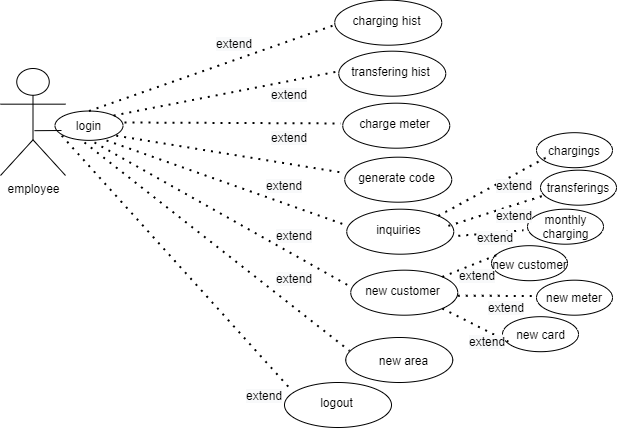
The draw.io diagram Untitled Diagram.png in shamaabuhassan/Charts, before a commit. Source tidied: cells renumbered, new cells last; positions are measured from the earlier drawing's top-left corner, leaving out a move shared by most shapes.
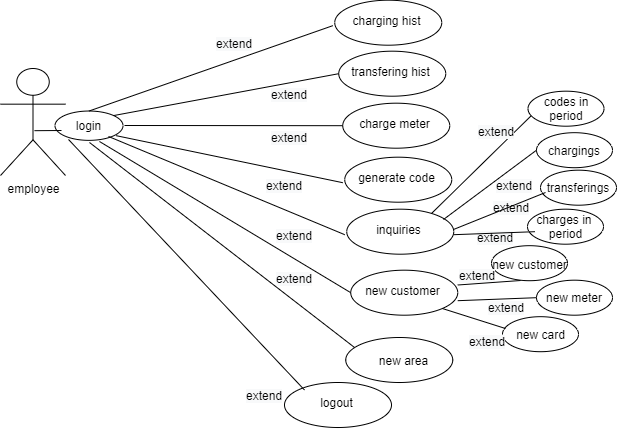
Above is the later version.

What changed in the source:
```diff
@@ -73,7 +73,7 @@
     <mxCell id="24" style="ellipse;whiteSpace=wrap;html=1;" parent="1" vertex="1">
       <mxGeometry x="527" y="208.7" width="76" height="35" as="geometry" />
     </mxCell>
-    <mxCell id="25" value="monthly charging" style="text;html=1;strokeColor=none;fillColor=none;align=center;verticalAlign=middle;whiteSpace=wrap;rounded=0;" parent="1" vertex="1">
+    <mxCell id="25" value="charges in&amp;nbsp;&lt;br&gt;period" style="text;html=1;strokeColor=none;fillColor=none;align=center;verticalAlign=middle;whiteSpace=wrap;rounded=0;" parent="1" vertex="1">
       <mxGeometry x="523" y="214.9" width="85" height="22.5" as="geometry" />
     </mxCell>
     <mxCell id="26" style="ellipse;whiteSpace=wrap;html=1;" parent="1" vertex="1">
@@ -91,63 +91,6 @@
     <mxCell id="30" value="new card" style="text;html=1;strokeColor=none;fillColor=none;align=center;verticalAlign=middle;whiteSpace=wrap;rounded=0;" parent="1" vertex="1">
       <mxGeometry x="485.5" y="323.7" width="109" height="20" as="geometry" />
     </mxCell>
-    <mxCell id="31" style="endArrow=none;dashed=1;html=1;dashPattern=1 3;strokeWidth=2;entryX=0.25;entryY=1;entryDx=0;entryDy=0;exitX=1;exitY=0;exitDx=0;exitDy=0;" parent="1" edge="1" source="14">
-      <mxGeometry relative="1" as="geometry">
-        <mxPoint x="546.2" y="156.7" as="targetPoint" />
-      </mxGeometry>
-    </mxCell>
-    <mxCell id="32" style="endArrow=none;dashed=1;html=1;dashPattern=1 3;strokeWidth=2;exitX=1;exitY=0;exitDx=0;exitDy=0;" parent="1" edge="1">
-      <mxGeometry relative="1" as="geometry">
-        <mxPoint x="447.8" y="225.4" as="sourcePoint" />
-        <mxPoint x="546" y="194.2" as="targetPoint" />
-      </mxGeometry>
-    </mxCell>
-    <mxCell id="33" style="endArrow=none;dashed=1;html=1;dashPattern=1 3;strokeWidth=2;exitX=1;exitY=0;exitDx=0;exitDy=0;" parent="1" edge="1" target="25">
-      <mxGeometry relative="1" as="geometry">
-        <mxPoint x="457.8" y="235.4" as="sourcePoint" />
-      </mxGeometry>
-    </mxCell>
-    <mxCell id="34" style="endArrow=none;dashed=1;html=1;dashPattern=1 3;strokeWidth=2;exitX=1;exitY=0;exitDx=0;exitDy=0;entryX=0.197;entryY=0.05;entryDx=0;entryDy=0;entryPerimeter=0;" parent="1" edge="1" source="16" target="29">
-      <mxGeometry relative="1" as="geometry" />
-    </mxCell>
-    <mxCell id="35" style="endArrow=none;dashed=1;html=1;dashPattern=1 3;strokeWidth=2;exitX=1;exitY=0.75;exitDx=0;exitDy=0;" parent="1" edge="1" source="17">
-      <mxGeometry relative="1" as="geometry">
-        <mxPoint x="534" y="295.5" as="targetPoint" />
-      </mxGeometry>
-    </mxCell>
-    <mxCell id="36" style="endArrow=none;dashed=1;html=1;dashPattern=1 3;strokeWidth=2;entryX=0.25;entryY=1;entryDx=0;entryDy=0;exitX=1;exitY=1;exitDx=0;exitDy=0;" parent="1" edge="1" source="16" target="30">
-      <mxGeometry relative="1" as="geometry" />
-    </mxCell>
-    <mxCell id="37" style="endArrow=none;dashed=1;html=1;dashPattern=1 3;strokeWidth=2;exitX=0.5;exitY=0;exitDx=0;exitDy=0;entryX=0;entryY=0.75;entryDx=0;entryDy=0;" parent="1" edge="1" source="3" target="7">
-      <mxGeometry relative="1" as="geometry" />
-    </mxCell>
-    <mxCell id="38" style="endArrow=none;dashed=1;html=1;dashPattern=1 3;strokeWidth=2;exitX=1;exitY=0;exitDx=0;exitDy=0;entryX=0;entryY=0.5;entryDx=0;entryDy=0;" parent="1" edge="1" source="3" target="9">
-      <mxGeometry relative="1" as="geometry" />
-    </mxCell>
-    <mxCell id="39" style="endArrow=none;dashed=1;html=1;dashPattern=1 3;strokeWidth=2;" parent="1" edge="1" target="11">
-      <mxGeometry relative="1" as="geometry">
-        <mxPoint x="124" y="122" as="sourcePoint" />
-      </mxGeometry>
-    </mxCell>
-    <mxCell id="40" style="endArrow=none;dashed=1;html=1;dashPattern=1 3;strokeWidth=2;exitX=0.75;exitY=1;exitDx=0;exitDy=0;entryX=0;entryY=0.25;entryDx=0;entryDy=0;" parent="1" edge="1" source="4" target="13">
-      <mxGeometry relative="1" as="geometry" />
-    </mxCell>
-    <mxCell id="41" style="endArrow=none;dashed=1;html=1;dashPattern=1 3;strokeWidth=2;exitX=0.661;exitY=1.24;exitDx=0;exitDy=0;entryX=0;entryY=0.25;entryDx=0;entryDy=0;exitPerimeter=0;" parent="1" edge="1" source="4" target="15">
-      <mxGeometry relative="1" as="geometry" />
-    </mxCell>
-    <mxCell id="42" style="endArrow=none;dashed=1;html=1;dashPattern=1 3;strokeWidth=2;entryX=0;entryY=0.25;entryDx=0;entryDy=0;" parent="1" edge="1" target="17">
-      <mxGeometry relative="1" as="geometry">
-        <mxPoint x="94" y="142" as="sourcePoint" />
-      </mxGeometry>
-    </mxCell>
-    <mxCell id="43" style="endArrow=none;dashed=1;html=1;dashPattern=1 3;strokeWidth=2;entryX=0.035;entryY=0.296;entryDx=0;entryDy=0;entryPerimeter=0;" parent="1" edge="1" target="18">
-      <mxGeometry relative="1" as="geometry">
-        <mxPoint x="84" y="142" as="sourcePoint" />
-      </mxGeometry>
-    </mxCell>
-    <mxCell id="44" style="endArrow=none;dashed=1;html=1;dashPattern=1 3;strokeWidth=2;entryX=0.071;entryY=-0.185;entryDx=0;entryDy=0;exitX=0.25;exitY=1;exitDx=0;exitDy=0;entryPerimeter=0;" parent="1" edge="1" source="4" target="21">
-      <mxGeometry relative="1" as="geometry" />
-    </mxCell>
     <mxCell id="45" value="&lt;span style=&quot;color: rgb(0, 0, 0); font-family: helvetica; font-size: 12px; font-style: normal; font-weight: 400; letter-spacing: normal; text-align: center; text-indent: 0px; text-transform: none; word-spacing: 0px; background-color: rgb(248, 249, 250); display: inline; float: none;&quot;&gt;extend&lt;/span&gt;" style="text;whiteSpace=wrap;html=1;" parent="1" vertex="1">
       <mxGeometry x="214" y="30.2" width="60" height="30" as="geometry" />
     </mxCell>
@@ -173,7 +116,7 @@
       <mxGeometry x="494" y="172" width="60" height="30" as="geometry" />
     </mxCell>
     <mxCell id="53" value="&lt;span style=&quot;color: rgb(0, 0, 0); font-family: helvetica; font-size: 12px; font-style: normal; font-weight: 400; letter-spacing: normal; text-align: center; text-indent: 0px; text-transform: none; word-spacing: 0px; background-color: rgb(248, 249, 250); display: inline; float: none;&quot;&gt;extend&lt;/span&gt;" style="text;whiteSpace=wrap;html=1;" parent="1" vertex="1">
-      <mxGeometry x="494" y="201.7" width="60" height="30" as="geometry" />
+      <mxGeometry x="491" y="193.7" width="60" height="30" as="geometry" />
     </mxCell>
     <mxCell id="54" value="&lt;span style=&quot;color: rgb(0, 0, 0); font-family: helvetica; font-size: 12px; font-style: normal; font-weight: 400; letter-spacing: normal; text-align: center; text-indent: 0px; text-transform: none; word-spacing: 0px; background-color: rgb(248, 249, 250); display: inline; float: none;&quot;&gt;extend&lt;/span&gt;" style="text;whiteSpace=wrap;html=1;" parent="1" vertex="1">
       <mxGeometry x="474.5" y="223.7" width="60" height="30" as="geometry" />
@@ -187,5 +130,64 @@
     <mxCell id="57" value="&lt;span style=&quot;color: rgb(0, 0, 0); font-family: helvetica; font-size: 12px; font-style: normal; font-weight: 400; letter-spacing: normal; text-align: center; text-indent: 0px; text-transform: none; word-spacing: 0px; background-color: rgb(248, 249, 250); display: inline; float: none;&quot;&gt;extend&lt;/span&gt;" style="text;whiteSpace=wrap;html=1;" parent="1" vertex="1">
       <mxGeometry x="467" y="328.2" width="60" height="30" as="geometry" />
     </mxCell>
+    <mxCell id="37" style="endArrow=none;html=1;fontColor=#FF0000;exitX=0.5;exitY=0;exitDx=0;exitDy=0;entryX=0;entryY=0.75;entryDx=0;entryDy=0;" parent="1" edge="1" source="3" target="7">
+      <mxGeometry relative="1" as="geometry" />
+    </mxCell>
+    <mxCell id="58" style="endArrow=none;html=1;fontColor=#FF0000;exitX=1;exitY=0;exitDx=0;exitDy=0;entryX=0;entryY=0.5;entryDx=0;entryDy=0;" parent="1" edge="1" source="3" target="8">
+      <mxGeometry relative="1" as="geometry" />
+    </mxCell>
+    <mxCell id="59" style="endArrow=none;html=1;fontColor=#FF0000;entryX=0;entryY=0.5;entryDx=0;entryDy=0;" parent="1" edge="1" target="10">
+      <mxGeometry relative="1" as="geometry">
+        <mxPoint x="124" y="125" as="sourcePoint" />
+      </mxGeometry>
+    </mxCell>
+    <mxCell id="40" style="endArrow=none;html=1;fontColor=#FF0000;exitX=0.75;exitY=1;exitDx=0;exitDy=0;entryX=0;entryY=0.75;entryDx=0;entryDy=0;" parent="1" edge="1" source="4" target="13">
+      <mxGeometry relative="1" as="geometry" />
+    </mxCell>
+    <mxCell id="41" style="endArrow=none;html=1;fontColor=#FF0000;entryX=0;entryY=0.75;entryDx=0;entryDy=0;exitX=0.679;exitY=1.04;exitDx=0;exitDy=0;exitPerimeter=0;" parent="1" edge="1" source="4" target="15">
+      <mxGeometry relative="1" as="geometry" />
+    </mxCell>
+    <mxCell id="60" style="endArrow=none;html=1;fontColor=#FF0000;entryX=0;entryY=0.5;entryDx=0;entryDy=0;exitX=0.596;exitY=1.29;exitDx=0;exitDy=0;exitPerimeter=0;" parent="1" edge="1" source="4" target="16">
+      <mxGeometry relative="1" as="geometry" />
+    </mxCell>
+    <mxCell id="61" style="endArrow=none;html=1;fontColor=#FF0000;entryX=0.082;entryY=0.222;entryDx=0;entryDy=0;entryPerimeter=0;" parent="1" edge="1" target="18">
+      <mxGeometry relative="1" as="geometry">
+        <mxPoint x="89" y="142" as="sourcePoint" />
+      </mxGeometry>
+    </mxCell>
+    <mxCell id="62" style="endArrow=none;html=1;fontColor=#FF0000;exitX=0.312;exitY=1.19;exitDx=0;exitDy=0;entryX=1;entryY=0.25;entryDx=0;entryDy=0;exitPerimeter=0;" parent="1" edge="1" source="4" target="51">
+      <mxGeometry relative="1" as="geometry" />
+    </mxCell>
+    <mxCell id="63" style="endArrow=none;html=1;fontColor=#FF0000;exitX=0.906;exitY=-0.01;exitDx=0;exitDy=0;entryX=0;entryY=0.5;entryDx=0;entryDy=0;exitPerimeter=0;" parent="1" edge="1" source="15" target="22">
+      <mxGeometry relative="1" as="geometry" />
+    </mxCell>
+    <mxCell id="64" style="endArrow=none;html=1;fontColor=#FF0000;exitX=0.906;exitY=-0.01;exitDx=0;exitDy=0;exitPerimeter=0;entryX=0.9;entryY=-0.056;entryDx=0;entryDy=0;entryPerimeter=0;" parent="1" edge="1" target="53">
+      <mxGeometry relative="1" as="geometry">
+        <mxPoint x="453" y="229" as="sourcePoint" />
+      </mxGeometry>
+    </mxCell>
+    <mxCell id="65" style="endArrow=none;html=1;fontColor=#FF0000;exitX=1;exitY=0.75;exitDx=0;exitDy=0;entryX=1;entryY=0.25;entryDx=0;entryDy=0;" parent="1" edge="1" source="15" target="54">
+      <mxGeometry relative="1" as="geometry" />
+    </mxCell>
+    <mxCell id="66" style="endArrow=none;html=1;fontColor=#FF0000;exitX=0.792;exitY=0.096;exitDx=0;exitDy=0;exitPerimeter=0;" parent="1" edge="1" source="14">
+      <mxGeometry relative="1" as="geometry">
+        <mxPoint x="534" y="112" as="targetPoint" />
+      </mxGeometry>
+    </mxCell>
+    <mxCell id="67" value="codes in period" style="ellipse;whiteSpace=wrap;html=1;" parent="1" vertex="1">
+      <mxGeometry x="527.5" y="90.7" width="76" height="35" as="geometry" />
+    </mxCell>
+    <mxCell id="68" value="&lt;span style=&quot;color: rgb(0, 0, 0); font-family: helvetica; font-size: 12px; font-style: normal; font-weight: 400; letter-spacing: normal; text-align: center; text-indent: 0px; text-transform: none; word-spacing: 0px; background-color: rgb(248, 249, 250); display: inline; float: none;&quot;&gt;extend&lt;/span&gt;" style="text;whiteSpace=wrap;html=1;" parent="1" vertex="1">
+      <mxGeometry x="476" y="117.7" width="60" height="30" as="geometry" />
+    </mxCell>
+    <mxCell id="69" style="endArrow=none;html=1;fontColor=#FF0000;exitX=0;exitY=0.75;exitDx=0;exitDy=0;entryX=0.382;entryY=0.995;entryDx=0;entryDy=0;entryPerimeter=0;" parent="1" edge="1" source="55" target="26">
+      <mxGeometry relative="1" as="geometry" />
+    </mxCell>
+    <mxCell id="70" style="endArrow=none;html=1;fontColor=#FF0000;exitX=1;exitY=1;exitDx=0;exitDy=0;entryX=0;entryY=0.5;entryDx=0;entryDy=0;" parent="1" edge="1" source="17" target="27">
+      <mxGeometry relative="1" as="geometry" />
+    </mxCell>
+    <mxCell id="71" style="endArrow=none;html=1;fontColor=#FF0000;exitX=1;exitY=1;exitDx=0;exitDy=0;entryX=0.633;entryY=-0.006;entryDx=0;entryDy=0;entryPerimeter=0;" parent="1" edge="1" source="16" target="57">
+      <mxGeometry relative="1" as="geometry" />
+    </mxCell>
   </root>
 </mxGraphModel>
```
